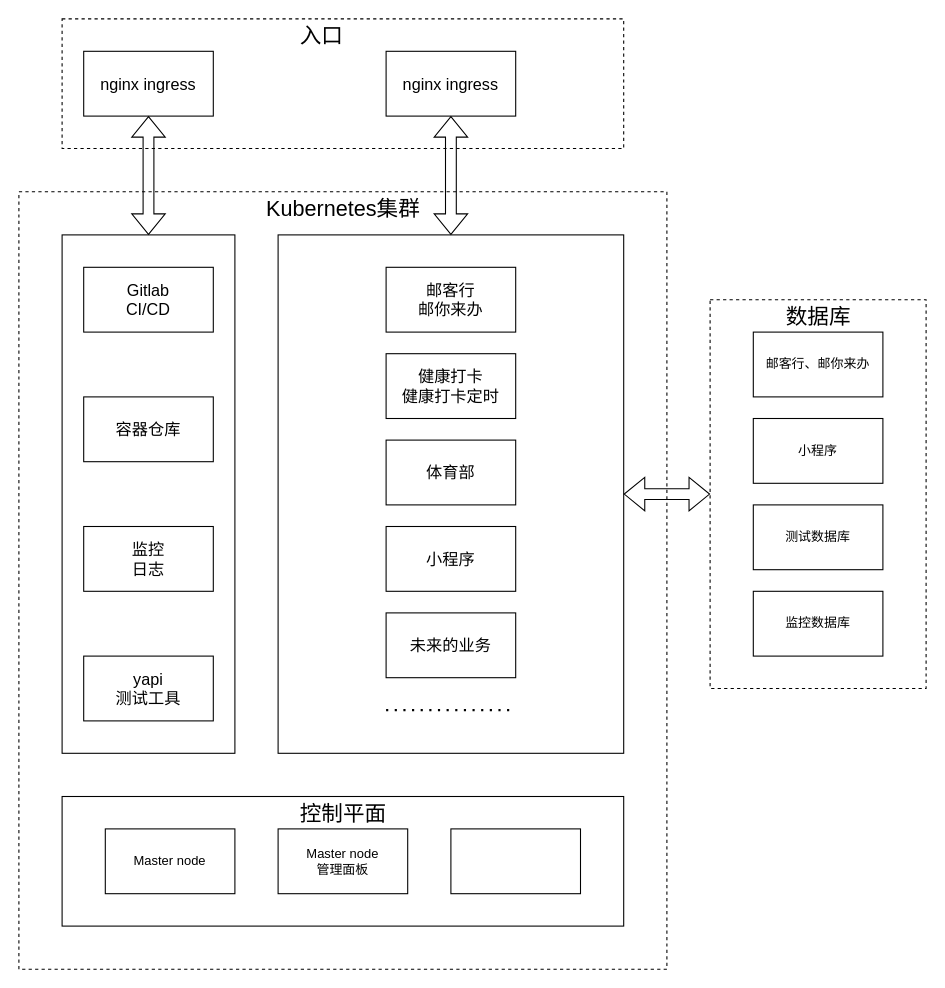
The draw.io diagram Qingyou-kubernetes.drawio in kawhicurry/picgo, before the edit. Source tidied: cells renumbered, new cells numbered last; positions are measured from the earlier drawing's top-left corner, leaving out a move shared by most shapes. Both pictures are drawn from the tidied source at 108%, with x=0, y=0 at pixel (18, 18).
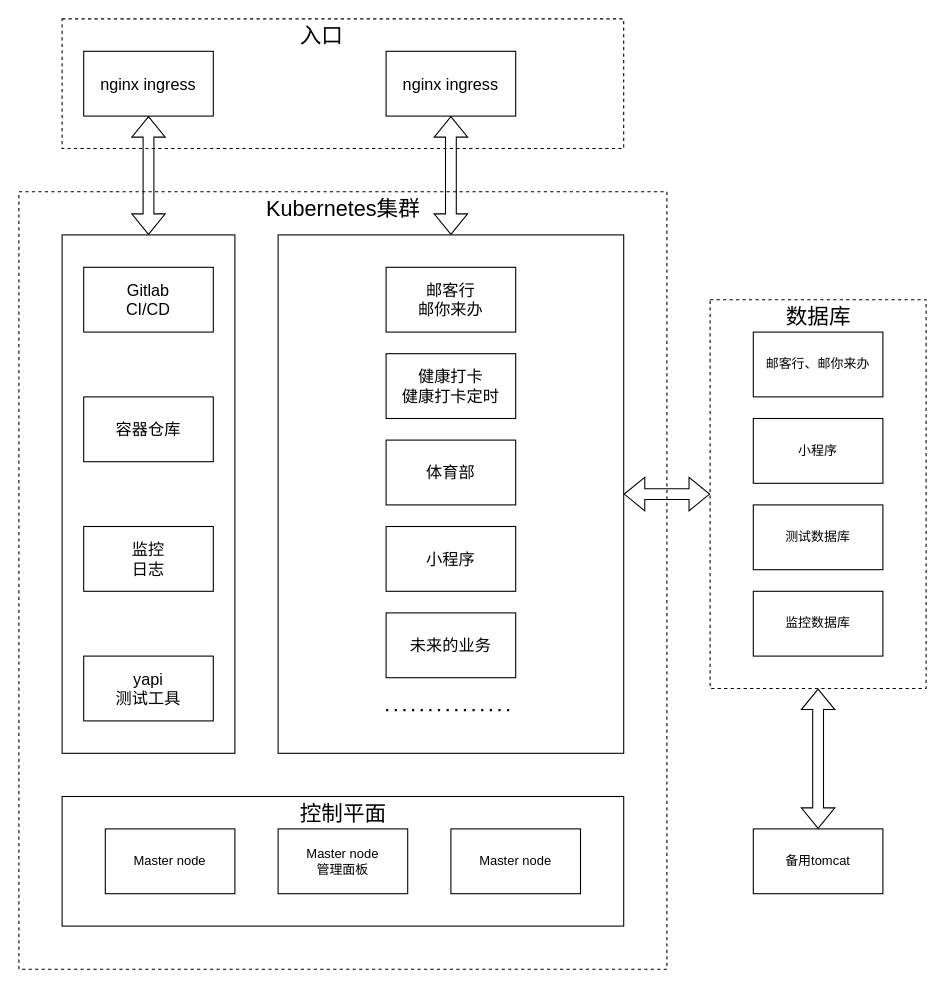
Above is the later version.

Unchanged cells that the change refers to:
```xml
<mxCell id="7" style="rounded=0;whiteSpace=wrap;html=1;glass=0;fillColor=none;gradientColor=none;dashed=1;" parent="1" vertex="1">
  <mxGeometry x="640" y="260" width="200" height="360" as="geometry" />
</mxCell>
```

Diff of the diagram source:
```diff
@@
-    <mxCell id="6" style="rounded=0;whiteSpace=wrap;html=1;glass=0;fillColor=none;gradientColor=none;" parent="1" vertex="1">
+    <mxCell id="6" value="&lt;span style=&quot;&quot;&gt;Master node&lt;/span&gt;" style="rounded=0;whiteSpace=wrap;html=1;glass=0;fillColor=none;gradientColor=none;" parent="1" vertex="1">
       <mxGeometry x="400" y="750" width="120" height="60" as="geometry" />
     </mxCell>
@@
+    <mxCell id="36" value="备用tomcat" style="rounded=0;whiteSpace=wrap;html=1;fillColor=none;" parent="1" vertex="1">
+      <mxGeometry x="680" y="750" width="120" height="60" as="geometry" />
+    </mxCell>
+    <mxCell id="37" style="shape=flexArrow;endArrow=classic;startArrow=classic;html=1;rounded=0;entryX=0.5;entryY=1;entryDx=0;entryDy=0;exitX=0.5;exitY=0;exitDx=0;exitDy=0;" parent="1" edge="1" source="36" target="7">
+      <mxGeometry relative="1" as="geometry" />
+    </mxCell>
```
